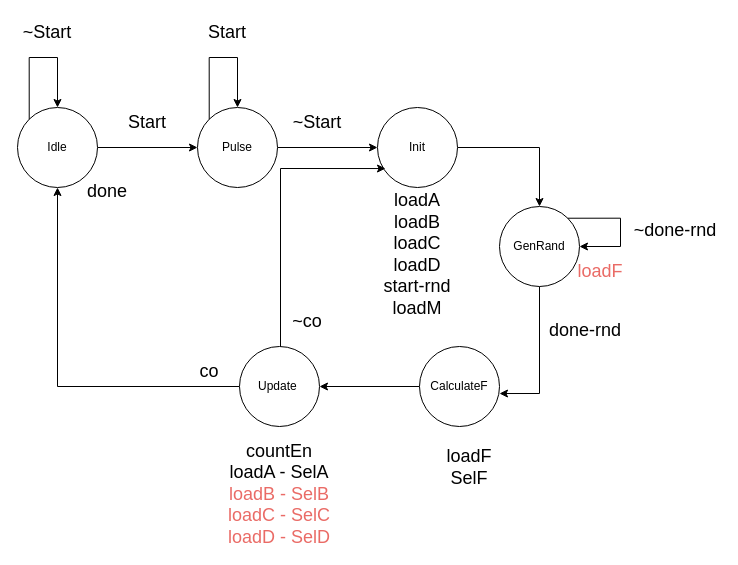
Earlier version of the draw.io diagram CA1/Part2/Design/controller_part2.drawio (imSaDy/CAD). Source tidied: cells renumbered, new cells numbered last; positions are measured from the earlier drawing's top-left corner, leaving out a move shared by most shapes. Both pictures are drawn from the tidied source at 100%, with x=0, y=0 at pixel (17, 17).
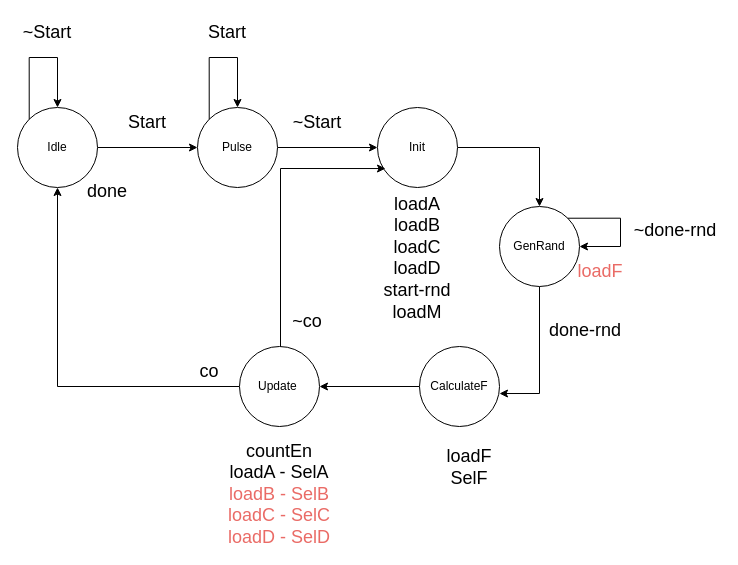
The same diagram, later.

The edit, as a diff of the source:
```diff
@@
-    <mxCell id="21" value="&lt;font style=&quot;font-size: 18px; color: light-dark(rgb(0, 0, 0), rgb(234, 107, 102));&quot;&gt;loadA&lt;/font&gt;&lt;div&gt;&lt;font style=&quot;font-size: 18px; color: light-dark(rgb(0, 0, 0), rgb(234, 107, 102));&quot;&gt;loadB&lt;/font&gt;&lt;/div&gt;&lt;div&gt;&lt;font style=&quot;font-size: 18px; color: light-dark(rgb(0, 0, 0), rgb(234, 107, 102));&quot;&gt;loadC&lt;/font&gt;&lt;/div&gt;&lt;div&gt;&lt;font style=&quot;font-size: 18px; color: light-dark(rgb(0, 0, 0), rgb(234, 107, 102));&quot;&gt;loadD&lt;/font&gt;&lt;/div&gt;&lt;div&gt;&lt;font style=&quot;font-size: 18px; color: light-dark(rgb(0, 0, 0), rgb(234, 107, 102));&quot;&gt;start-rnd&lt;/font&gt;&lt;/div&gt;&lt;div&gt;&lt;font style=&quot;font-size: 18px; color: light-dark(rgb(0, 0, 0), rgb(234, 107, 102));&quot;&gt;loadM&lt;/font&gt;&lt;/div&gt;&lt;div&gt;&lt;font style=&quot;font-size: 18px; color: light-dark(rgb(0, 0, 0), rgb(234, 107, 102));&quot;&gt;&lt;br&gt;&lt;/font&gt;&lt;/div&gt;" style="text;html=1;align=center;verticalAlign=middle;whiteSpace=wrap;rounded=0;" parent="1" vertex="1">
+    <mxCell id="21" value="&lt;font style=&quot;font-size: 18px; color: light-dark(rgb(0, 0, 0), rgb(234, 107, 102));&quot;&gt;loadA&lt;/font&gt;&lt;div&gt;&lt;font style=&quot;font-size: 18px; color: light-dark(rgb(0, 0, 0), rgb(234, 107, 102));&quot;&gt;loadB&lt;/font&gt;&lt;/div&gt;&lt;div&gt;&lt;font style=&quot;font-size: 18px; color: light-dark(rgb(0, 0, 0), rgb(234, 107, 102));&quot;&gt;loadC&lt;/font&gt;&lt;/div&gt;&lt;div&gt;&lt;font style=&quot;font-size: 18px; color: light-dark(rgb(0, 0, 0), rgb(234, 107, 102));&quot;&gt;loadD&lt;/font&gt;&lt;/div&gt;&lt;div&gt;&lt;font style=&quot;font-size: 18px; color: light-dark(rgb(0, 0, 0), rgb(234, 107, 102));&quot;&gt;start-rnd&lt;/font&gt;&lt;/div&gt;&lt;div&gt;&lt;font style=&quot;font-size: 18px; color: light-dark(rgb(0, 0, 0), rgb(234, 107, 102));&quot;&gt;loadM&lt;/font&gt;&lt;/div&gt;&lt;div&gt;&lt;br&gt;&lt;/div&gt;" style="text;html=1;align=center;verticalAlign=middle;whiteSpace=wrap;rounded=0;" parent="1" vertex="1">
       <mxGeometry x="344" y="233" width="112" height="30" as="geometry" />
     </mxCell>
```
